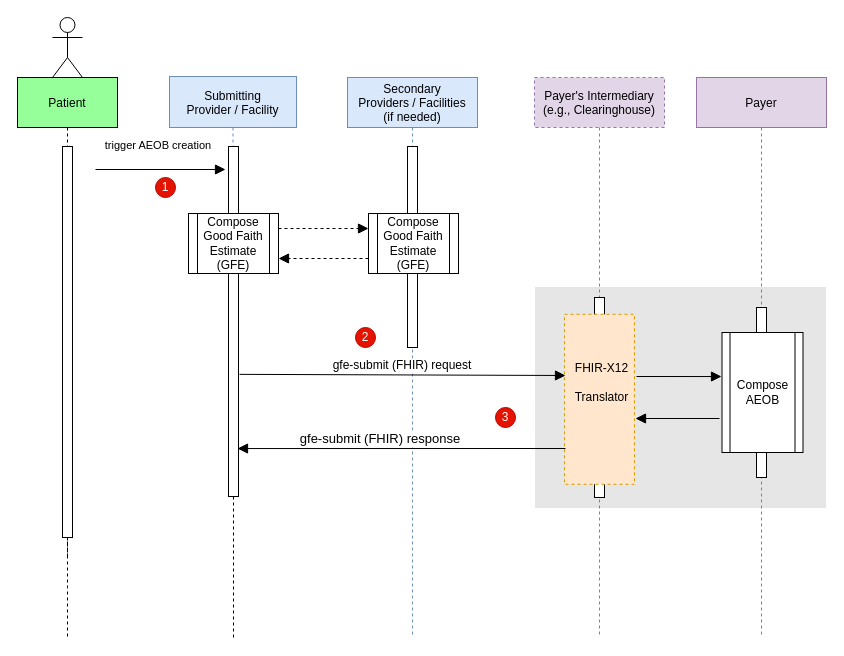
Above: input/images/SubmitAEOB.drawio in HL7/davinci-pct (draw.io), before the change. Source tidied: cells renumbered, new cells numbered last; positions are measured from the earlier drawing's top-left corner, leaving out a move shared by most shapes. Both pictures are drawn from the tidied source at 100%, with x=0, y=0 at pixel (17, 17).
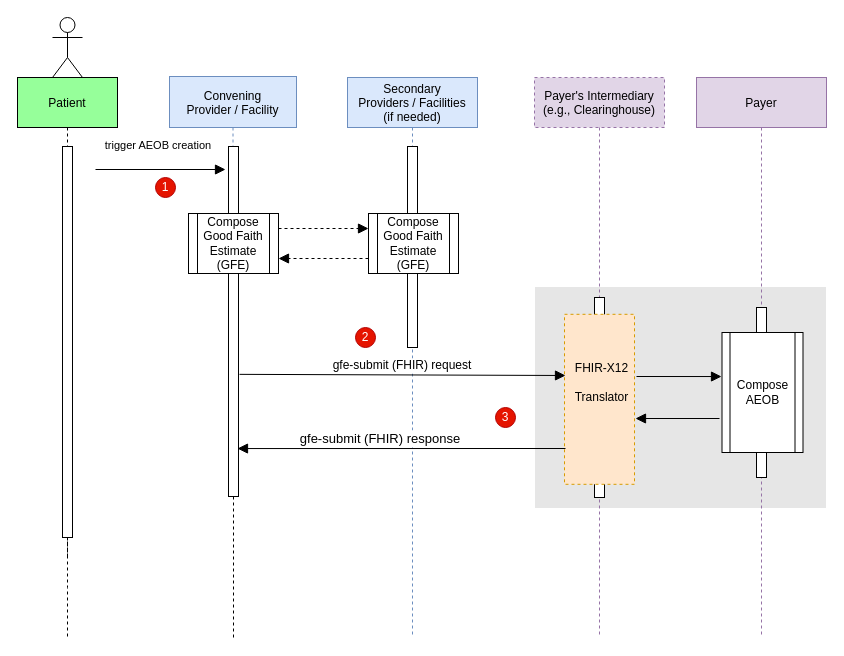
After the change.

Commit message (it also covers changes not shown here):
Change submitting provider to convening provider

The edit, as a diff of the source:
```diff
@@
-    <mxCell id="4" value="Submitting&#10;Provider / Facility" style="shape=umlLifeline;perimeter=lifelinePerimeter;rounded=0;shadow=0;strokeWidth=1;fillColor=#dae8fc;size=51;strokeColor=#6c8ebf;" parent="1" vertex="1">
+    <mxCell id="4" value="Convening&#10;Provider / Facility" style="shape=umlLifeline;perimeter=lifelinePerimeter;rounded=0;shadow=0;strokeWidth=1;fillColor=#dae8fc;size=51;strokeColor=#6c8ebf;" parent="1" vertex="1">
       <mxGeometry x="152" y="59" width="127" height="420" as="geometry" />
     </mxCell>
```
